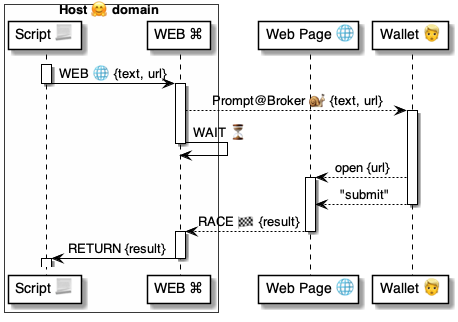
Earlier version of the PlantUML export 4 ⚙️ Solution/37 Scripts 📃/📃 Prompts 🤔/🤔 Input ✏️ prompts/WEB 🌐/🌐 WEB ⚙️ uml.png (pollyweb-org/pollyweb-docs). Its source is kept beside it as 4 ⚙️ Solution/37 Scripts 📃/📃 Prompts 🤔/🤔 Input ✏️ prompts/WEB 🌐/🌐 WEB ⚙️ uml.puml.
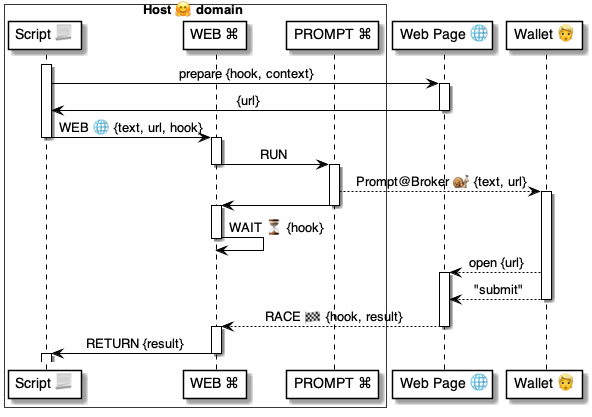
Later version of the same file.

Diff of the diagram source:
```diff
@@ -3,19 +3,34 @@
 box Host 🤗 domain #FFFFFD
     participant "Script 📃" as script
     participant "WEB ⌘" as WEB
+    participant "PROMPT ⌘" as PROMPT
 end box
 participant "Web Page 🌐" as page
 participant "Wallet 👱" as wallet
 
 
 activate script
-    script -> WEB: WEB 🌐 {text, url}
+
+    script -> page: prepare {hook, context}
+    activate page
+        page -> script: {url}
+    deactivate page
+
+    script -> WEB: WEB 🌐 {text, url, hook}
 deactivate script
 
 activate WEB
-    WEB --> wallet: Prompt@Broker 🐌 {text, url}
+    WEB -> PROMPT: RUN
+deactivate WEB
+
+activate PROMPT
+    PROMPT --> wallet: Prompt@Broker 🐌 {text, url}
 activate wallet
-    WEB -> WEB: WAIT ⏳
+    PROMPT -> WEB
+deactivate PROMPT
+
+activate WEB
+    WEB -> WEB: WAIT ⏳ {hook}
 deactivate WEB
 
 
@@ -23,7 +38,7 @@
 activate page
     wallet --> page: "submit"
 deactivate wallet
-    page --> WEB: RACE 🏁 {result}
+    page --> WEB: RACE 🏁 {hook, result}
 deactivate page
 
 activate WEB
```
